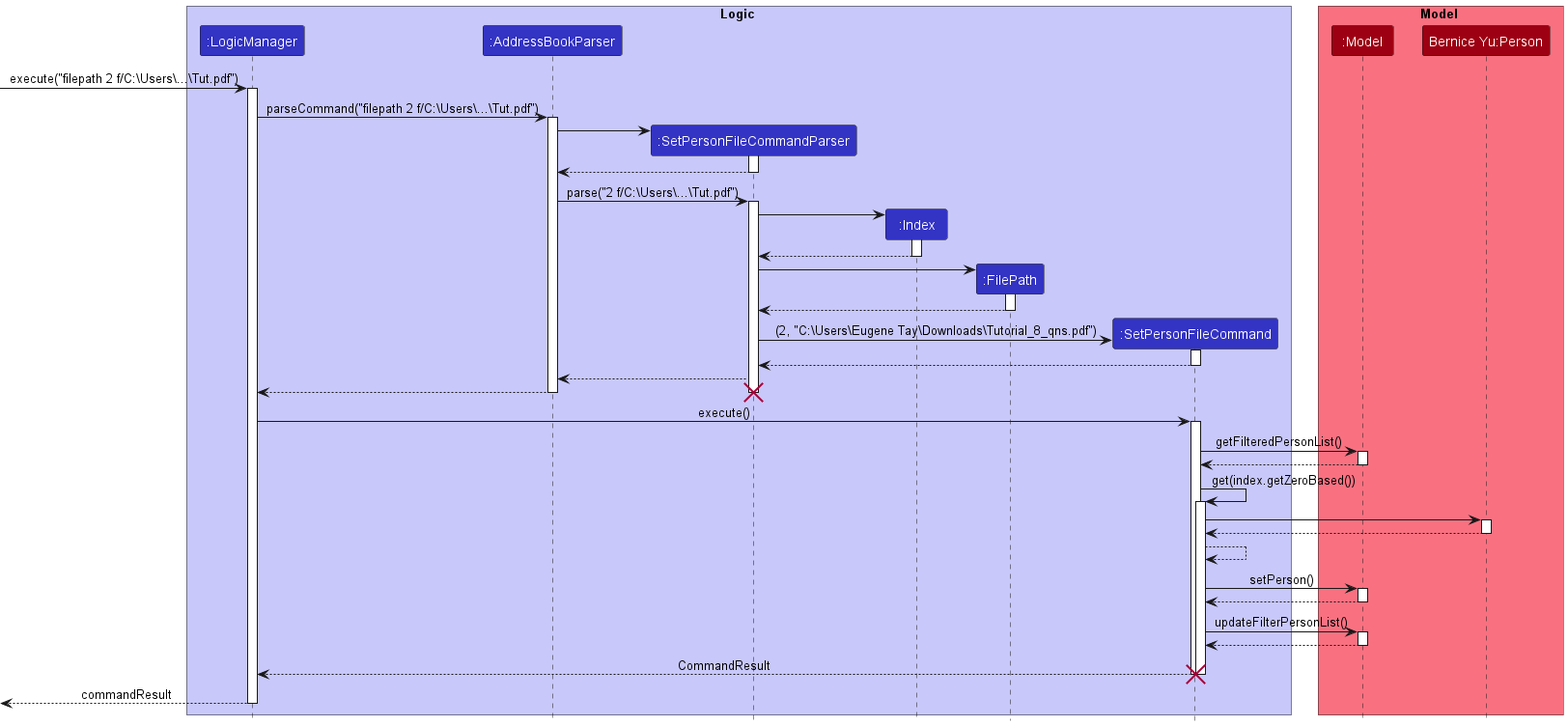
Before: docs/images/DeveloperGuide/FilePath/FilePathSequenceDiagram.png, a diagram exported from PlantUML (nus-cs2103-AY2223S1/tp). The source it was exported from:
```plantuml
@startuml
!include ../style.puml

box Logic LOGIC_COLOR_T1
participant ":LogicManager" as LogicManager LOGIC_COLOR
participant ":AddressBookParser" as AddressBookParser LOGIC_COLOR
participant ":SetPersonFileCommandParser" as SetPersonFileCommandParser LOGIC_COLOR
participant ":Index" as Index LOGIC_COLOR
participant ":FilePath" as FilePath LOGIC_COLOR
participant ":SetPersonFileCommand" as SetPersonFileCommand LOGIC_COLOR
end box

box Model MODEL_COLOR_T1
participant ":Model" as Model MODEL_COLOR
participant "Bernice Yu:Person" as BerniceYu MODEL_COLOR
end box

[-> LogicManager : execute("filepath 2 f/C:\Users\...\Tut.pdf")
activate LogicManager

LogicManager -> AddressBookParser : parseCommand("filepath 2 f/C:\Users\...\Tut.pdf")
activate AddressBookParser

create SetPersonFileCommandParser
AddressBookParser -> SetPersonFileCommandParser
activate SetPersonFileCommandParser

SetPersonFileCommandParser --> AddressBookParser
deactivate SetPersonFileCommandParser

AddressBookParser -> SetPersonFileCommandParser : parse("2 f/C:\Users\...\Tut.pdf")
activate SetPersonFileCommandParser

create Index
SetPersonFileCommandParser -> Index
activate Index

Index --> SetPersonFileCommandParser
deactivate Index

create FilePath
SetPersonFileCommandParser -> FilePath
activate FilePath

FilePath --> SetPersonFileCommandParser
deactivate FilePath

create SetPersonFileCommand
SetPersonFileCommandParser -> SetPersonFileCommand : (2, "C:\Users\Eugene Tay\Downloads\Tutorial_8_qns.pdf")
activate SetPersonFileCommand

SetPersonFileCommand --> SetPersonFileCommandParser
deactivate SetPersonFileCommand

SetPersonFileCommandParser --> AddressBookParser
deactivate SetPersonFileCommand

AddressBookParser --> LogicManager
deactivate AddressBookParser

destroy SetPersonFileCommandParser

LogicManager -> SetPersonFileCommand : execute()
activate SetPersonFileCommand

SetPersonFileCommand -> Model : getFilteredPersonList()
activate Model

Model --> SetPersonFileCommand
deactivate Model

SetPersonFileCommand -> SetPersonFileCommand : get(index.getZeroBased())
activate SetPersonFileCommand

SetPersonFileCommand -> BerniceYu
activate BerniceYu

BerniceYu --> SetPersonFileCommand
deactivate BerniceYu

SetPersonFileCommand --> SetPersonFileCommand

SetPersonFileCommand -> Model : setPerson()
activate Model

Model --> SetPersonFileCommand
deactivate Model

SetPersonFileCommand -> Model : updateFilterPersonList()
activate Model

Model --> SetPersonFileCommand
deactivate Model

SetPersonFileCommand --> LogicManager : CommandResult
destroy SetPersonFileCommand

[<--LogicManager : commandResult
deactivate LogicManager
@enduml
```
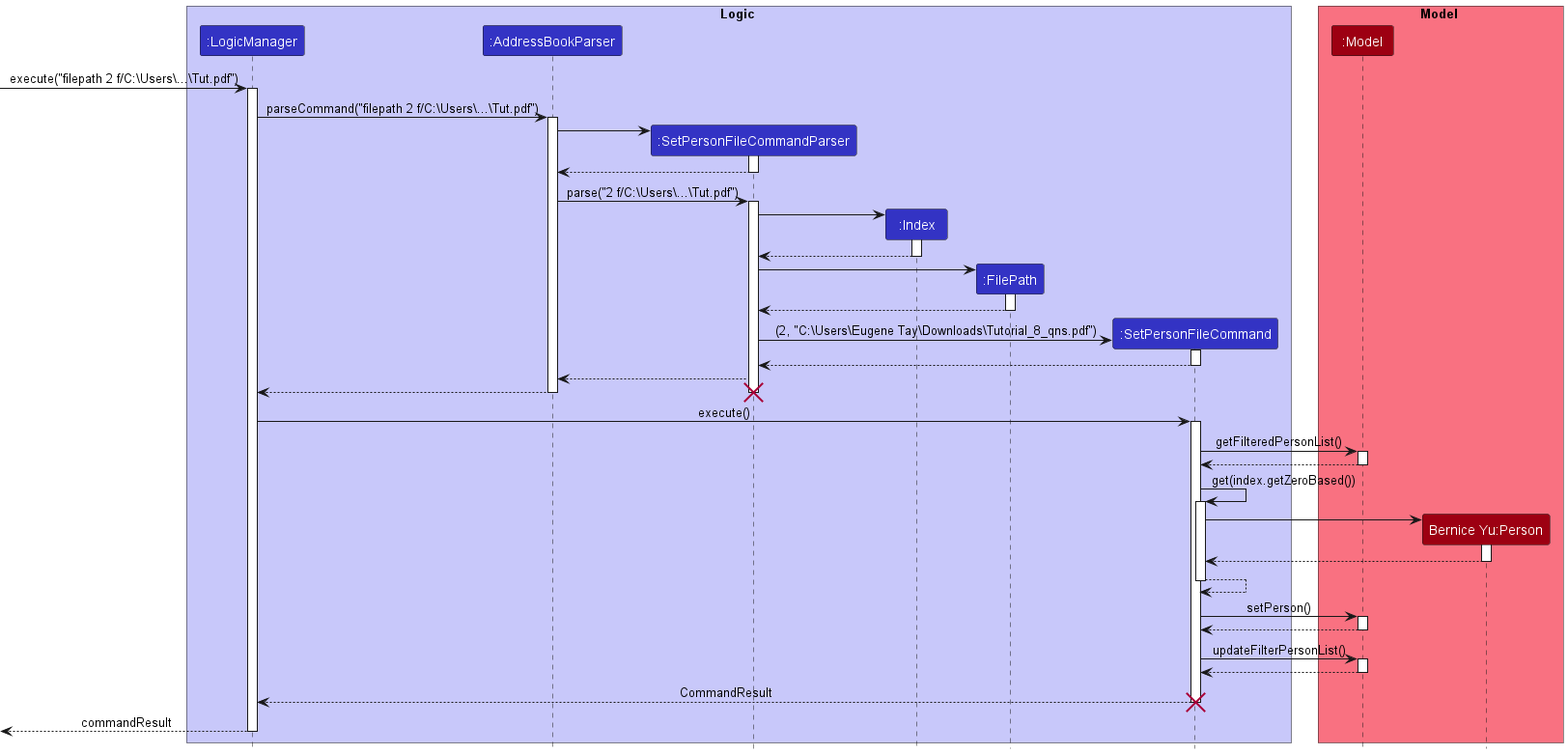
Above is the later version.

Commit message:
Update DG Seq and Activity Diagrams

Diff of the diagram source:
```diff
@@ -72,6 +72,7 @@
 SetPersonFileCommand -> SetPersonFileCommand : get(index.getZeroBased())
 activate SetPersonFileCommand
 
+create BerniceYu
 SetPersonFileCommand -> BerniceYu
 activate BerniceYu
 
@@ -79,6 +80,7 @@
 deactivate BerniceYu
 
 SetPersonFileCommand --> SetPersonFileCommand
+deactivate SetPersonFileCommand
 
 SetPersonFileCommand -> Model : setPerson()
 activate Model
```
